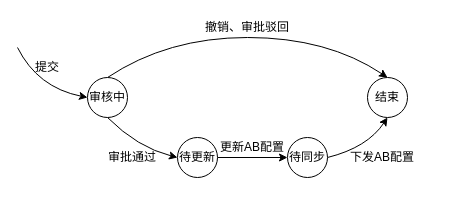
The draw.io diagram 状态轮转.drawio in hua66ForFreedom/JustForTest, before the edit. Source tidied: cells renumbered, new cells numbered last; positions are measured from the earlier drawing's top-left corner, leaving out a move shared by most shapes. Both pictures are drawn from the tidied source at 100%, with x=0, y=0 at pixel (17, 17).
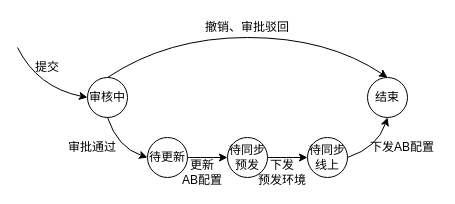
The same diagram, later.

Unchanged cells that the change refers to:
```xml
<mxCell id="4" value="审核中" style="ellipse;whiteSpace=wrap;html=1;" parent="1" vertex="1">
  <mxGeometry x="70" y="60" width="40" height="40" as="geometry" />
</mxCell>
<mxCell id="11" value="&lt;span&gt;结束&lt;/span&gt;" style="ellipse;whiteSpace=wrap;html=1;" parent="1" vertex="1">
  <mxGeometry x="350" y="60" width="40" height="40" as="geometry" />
</mxCell>
```

What changed in the source:
```diff
@@
     <mxCell id="2" style="jettySize=auto;html=1;entryX=0;entryY=0.5;entryDx=0;entryDy=0;curved=1;exitX=0.5;exitY=1;exitDx=0;exitDy=0;" parent="1" edge="1" source="4" target="6">
       <mxGeometry relative="1" as="geometry">
         <Array as="points">
-          <mxPoint x="120" y="130" />
+          <mxPoint x="100" y="130" />
         </Array>
       </mxGeometry>
     </mxCell>
@@
-    <mxCell id="5" style="edgeStyle=orthogonalEdgeStyle;rounded=0;jettySize=auto;html=1;exitX=1;exitY=0.5;exitDx=0;exitDy=0;entryX=0;entryY=0.5;entryDx=0;entryDy=0;" parent="1" edge="1" source="6" target="8">
+    <mxCell id="5" style="jettySize=auto;html=1;exitX=1;exitY=0.5;exitDx=0;exitDy=0;entryX=0;entryY=0.5;entryDx=0;entryDy=0;curved=1;" parent="1" edge="1" source="6" target="8">
       <mxGeometry relative="1" as="geometry" />
     </mxCell>
     <mxCell id="6" value="待更新" style="ellipse;whiteSpace=wrap;html=1;" parent="1" vertex="1">
-      <mxGeometry x="160" y="120" width="40" height="40" as="geometry" />
+      <mxGeometry x="130" y="120" width="40" height="40" as="geometry" />
     </mxCell>
-    <mxCell id="7" style="jettySize=auto;html=1;exitX=1;exitY=0.5;exitDx=0;exitDy=0;entryX=0.5;entryY=1;entryDx=0;entryDy=0;curved=1;" parent="1" edge="1" source="8" target="11">
+    <mxCell id="7" style="jettySize=auto;html=1;exitX=1;exitY=0.5;exitDx=0;exitDy=0;entryX=0.5;entryY=1;entryDx=0;entryDy=0;curved=1;" parent="1" edge="1" source="17" target="11">
       <mxGeometry relative="1" as="geometry">
         <Array as="points">
-          <mxPoint x="350" y="130" />
+          <mxPoint x="360" y="130" />
         </Array>
       </mxGeometry>
     </mxCell>
+    <mxCell id="16" style="jettySize=auto;html=1;exitX=1;exitY=0.5;exitDx=0;exitDy=0;curved=1;" parent="1" edge="1" source="8" target="17">
+      <mxGeometry relative="1" as="geometry" />
+    </mxCell>
-    <mxCell id="8" value="&lt;span&gt;待同步&lt;/span&gt;" style="ellipse;whiteSpace=wrap;html=1;" parent="1" vertex="1">
-      <mxGeometry x="270" y="120" width="40" height="40" as="geometry" />
+    <mxCell id="8" value="&lt;span&gt;待同步&lt;br&gt;预发&lt;br&gt;&lt;/span&gt;" style="ellipse;whiteSpace=wrap;html=1;" parent="1" vertex="1">
+      <mxGeometry x="210" y="120" width="40" height="40" as="geometry" />
     </mxCell>
     <mxCell id="9" value="审批通过" style="text;html=1;strokeColor=none;fillColor=none;align=center;verticalAlign=middle;whiteSpace=wrap;rounded=0;" parent="1" vertex="1">
-      <mxGeometry x="80" y="130" width="70" height="20" as="geometry" />
+      <mxGeometry x="40" y="120" width="70" height="20" as="geometry" />
     </mxCell>
-    <mxCell id="10" value="更新AB配置" style="text;html=1;strokeColor=none;fillColor=none;align=center;verticalAlign=middle;whiteSpace=wrap;rounded=0;" parent="1" vertex="1">
-      <mxGeometry x="200" y="120" width="70" height="20" as="geometry" />
+    <mxCell id="10" value="更新&lt;br&gt;AB配置" style="text;html=1;strokeColor=none;fillColor=none;align=center;verticalAlign=middle;whiteSpace=wrap;rounded=0;" parent="1" vertex="1">
+      <mxGeometry x="150" y="140" width="70" height="30" as="geometry" />
     </mxCell>
@@
     <mxCell id="12" value="下发AB配置" style="text;html=1;strokeColor=none;fillColor=none;align=center;verticalAlign=middle;whiteSpace=wrap;rounded=0;" parent="1" vertex="1">
-      <mxGeometry x="330" y="130" width="70" height="20" as="geometry" />
+      <mxGeometry x="350" y="120" width="70" height="20" as="geometry" />
     </mxCell>
@@
+    <mxCell id="17" value="&lt;span&gt;待同步&lt;br&gt;线上&lt;br&gt;&lt;/span&gt;" style="ellipse;whiteSpace=wrap;html=1;" parent="1" vertex="1">
+      <mxGeometry x="290" y="120" width="40" height="40" as="geometry" />
+    </mxCell>
+    <mxCell id="18" value="下发&lt;br&gt;预发环境" style="text;html=1;strokeColor=none;fillColor=none;align=center;verticalAlign=middle;whiteSpace=wrap;rounded=0;" parent="1" vertex="1">
+      <mxGeometry x="230" y="140" width="70" height="30" as="geometry" />
+    </mxCell>
```
